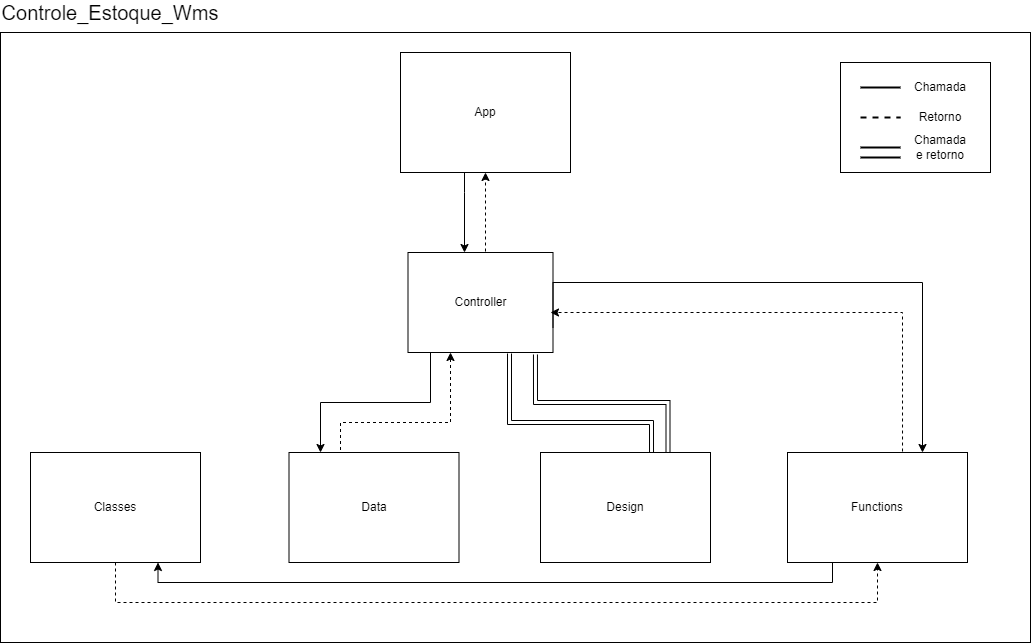
The draw.io diagram estrutura_resumida.png in viniciushora/fichamento-relatorio-wms, before a commit. Source tidied: cells renumbered, new cells last; positions are measured from the earlier drawing's top-left corner, leaving out a move shared by most shapes.
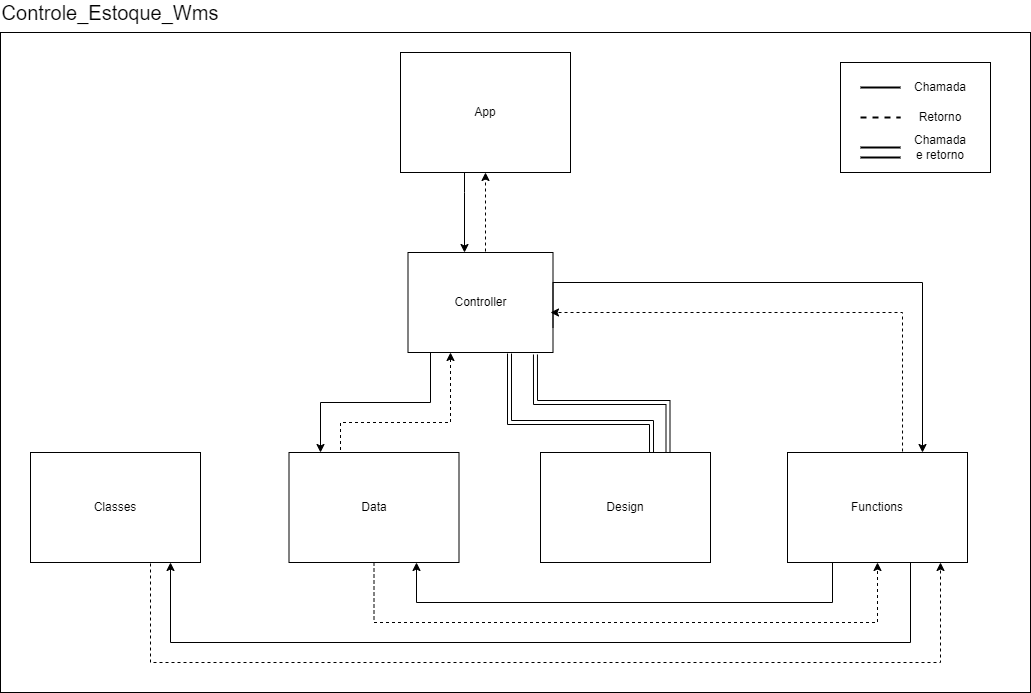
Later version of the same file.

Diff of the diagram source:
```diff
@@ -3,7 +3,7 @@
     <mxCell id="0" />
     <mxCell id="1" parent="0" />
     <mxCell id="2" style="rounded=0;whiteSpace=wrap;html=1;" parent="1" vertex="1">
-      <mxGeometry y="30" width="1030" height="610" as="geometry" />
+      <mxGeometry y="30" width="1030" height="660" as="geometry" />
     </mxCell>
     <mxCell id="3" value="&lt;font style=&quot;font-size: 20px&quot;&gt;Controle_Estoque_Wms&lt;/font&gt;" style="text;html=1;strokeColor=none;fillColor=none;align=center;verticalAlign=middle;whiteSpace=wrap;rounded=0;" parent="1" vertex="1">
       <mxGeometry x="90" width="40" height="20" as="geometry" />
@@ -21,11 +21,12 @@
     <mxCell id="5" value="App" style="rounded=0;whiteSpace=wrap;html=1;" parent="1" vertex="1">
       <mxGeometry x="400" y="50" width="170" height="120" as="geometry" />
     </mxCell>
-    <mxCell id="6" style="edgeStyle=orthogonalEdgeStyle;rounded=0;jettySize=auto;html=1;exitX=0.5;exitY=1;exitDx=0;exitDy=0;entryX=0.5;entryY=1;entryDx=0;entryDy=0;dashed=1;" parent="1" edge="1" source="7" target="16">
+    <mxCell id="6" style="edgeStyle=orthogonalEdgeStyle;rounded=0;jettySize=auto;html=1;exitX=0.5;exitY=1;exitDx=0;exitDy=0;dashed=1;" parent="1" edge="1" source="7" target="16">
       <mxGeometry relative="1" as="geometry">
         <Array as="points">
-          <mxPoint x="115" y="600" />
-          <mxPoint x="877" y="600" />
+          <mxPoint x="150" y="560" />
+          <mxPoint x="150" y="660" />
+          <mxPoint x="940" y="660" />
         </Array>
       </mxGeometry>
     </mxCell>
@@ -78,9 +79,25 @@
         </Array>
       </mxGeometry>
     </mxCell>
-    <mxCell id="15" style="edgeStyle=orthogonalEdgeStyle;rounded=0;jettySize=auto;html=1;exitX=0.25;exitY=1;exitDx=0;exitDy=0;entryX=0.75;entryY=1;entryDx=0;entryDy=0;" parent="1" edge="1" source="16" target="7">
-      <mxGeometry relative="1" as="geometry" />
+    <mxCell id="15" style="edgeStyle=orthogonalEdgeStyle;rounded=0;jettySize=auto;html=1;exitX=0.25;exitY=1;exitDx=0;exitDy=0;" parent="1" edge="1" source="16">
+      <mxGeometry relative="1" as="geometry">
+        <mxPoint x="170" y="560" as="targetPoint" />
+        <Array as="points">
+          <mxPoint x="910" y="560" />
+          <mxPoint x="910" y="640" />
+          <mxPoint x="170" y="640" />
+          <mxPoint x="170" y="564" />
+        </Array>
+      </mxGeometry>
     </mxCell>
+    <mxCell id="28" style="edgeStyle=orthogonalEdgeStyle;rounded=0;jettySize=auto;html=1;exitX=0.25;exitY=1;exitDx=0;exitDy=0;entryX=0.75;entryY=1;entryDx=0;entryDy=0;" parent="1" edge="1" source="16" target="24">
+      <mxGeometry relative="1" as="geometry">
+        <Array as="points">
+          <mxPoint x="832" y="600" />
+          <mxPoint x="416" y="600" />
+        </Array>
+      </mxGeometry>
+    </mxCell>
     <mxCell id="16" value="Functions" style="rounded=0;whiteSpace=wrap;html=1;" parent="1" vertex="1">
       <mxGeometry x="787" y="450" width="180" height="110" as="geometry" />
     </mxCell>
@@ -117,6 +134,14 @@
         </Array>
       </mxGeometry>
     </mxCell>
+    <mxCell id="29" style="edgeStyle=orthogonalEdgeStyle;rounded=0;jettySize=auto;html=1;exitX=0.5;exitY=1;exitDx=0;exitDy=0;entryX=0.5;entryY=1;entryDx=0;entryDy=0;dashed=1;" parent="1" edge="1" source="24" target="16">
+      <mxGeometry relative="1" as="geometry">
+        <Array as="points">
+          <mxPoint x="374" y="620" />
+          <mxPoint x="877" y="620" />
+        </Array>
+      </mxGeometry>
+    </mxCell>
     <mxCell id="24" value="Data" style="rounded=0;whiteSpace=wrap;html=1;" parent="1" vertex="1">
       <mxGeometry x="288.5" y="450" width="170" height="110" as="geometry" />
     </mxCell>
```
